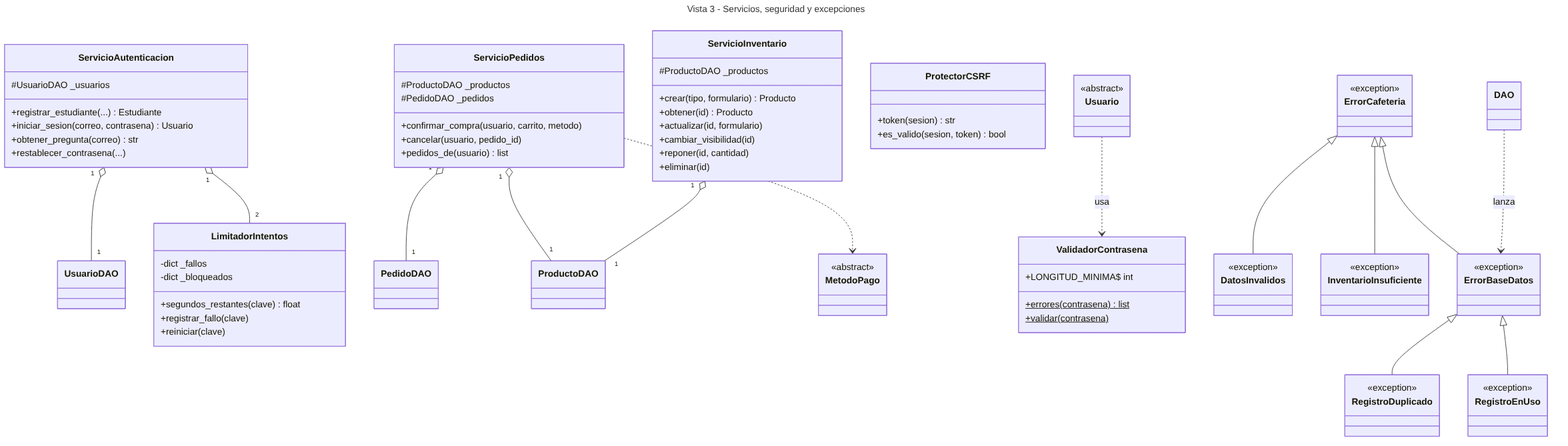
Above: docs/diagrama_clases_3_servicios.png in cristyelizabetth/cafeteria-kiuvo-poo (Mermaid), before the change. Its source is kept beside it as docs/diagrama_clases_3_servicios.mmd. Its diagram source:
```mermaid
---
title: Vista 3 - Servicios, seguridad y excepciones
---
classDiagram
    direction TB
    class ServicioAutenticacion {
        #UsuarioDAO _usuarios
        +registrar_estudiante(...) Estudiante
        +iniciar_sesion(correo, contrasena) Usuario
        +obtener_pregunta(correo) str
        +restablecer_contrasena(...)
    }
    class ServicioPedidos {
        #ProductoDAO _productos
        #PedidoDAO _pedidos
        +confirmar_compra(usuario, carrito, metodo)
        +cancelar(usuario, pedido_id)
        +pedidos_de(usuario) list
    }
    class ServicioInventario {
        #ProductoDAO _productos
        +crear(tipo, formulario) Producto
        +obtener(id) Producto
        +actualizar(id, formulario)
        +cambiar_visibilidad(id)
        +reponer(id, cantidad)
        +eliminar(id)
    }
    ServicioAutenticacion "1" o-- "1" UsuarioDAO
    ServicioAutenticacion "1" o-- "2" LimitadorIntentos
    ServicioPedidos "1" o-- "1" PedidoDAO
    ServicioPedidos "1" o-- "1" ProductoDAO
    ServicioPedidos ..> MetodoPago
    ServicioInventario "1" o-- "1" ProductoDAO

    class ValidadorContrasena {
        +LONGITUD_MINIMA$ int
        +errores(contrasena)$ list
        +validar(contrasena)$
    }
    class LimitadorIntentos {
        -dict _fallos
        -dict _bloqueados
        +segundos_restantes(clave) float
        +registrar_fallo(clave)
        +reiniciar(clave)
    }
    class ProtectorCSRF {
        +token(sesion) str
        +es_valido(sesion, token) bool
    }
    Usuario ..> ValidadorContrasena : usa

    class ErrorCafeteria {
        <<exception>>
    }
    class DatosInvalidos {
        <<exception>>
    }
    class InventarioInsuficiente {
        <<exception>>
    }
    class ErrorBaseDatos {
        <<exception>>
    }
    class RegistroDuplicado {
        <<exception>>
    }
    class RegistroEnUso {
        <<exception>>
    }
    ErrorCafeteria <|-- DatosInvalidos
    ErrorCafeteria <|-- InventarioInsuficiente
    ErrorCafeteria <|-- ErrorBaseDatos
    ErrorBaseDatos <|-- RegistroDuplicado
    ErrorBaseDatos <|-- RegistroEnUso
    DAO ..> ErrorBaseDatos : lanza

    class UsuarioDAO
    class ProductoDAO
    class PedidoDAO
    class MetodoPago {
        <<abstract>>
    }
    class Usuario {
        <<abstract>>
    }
```
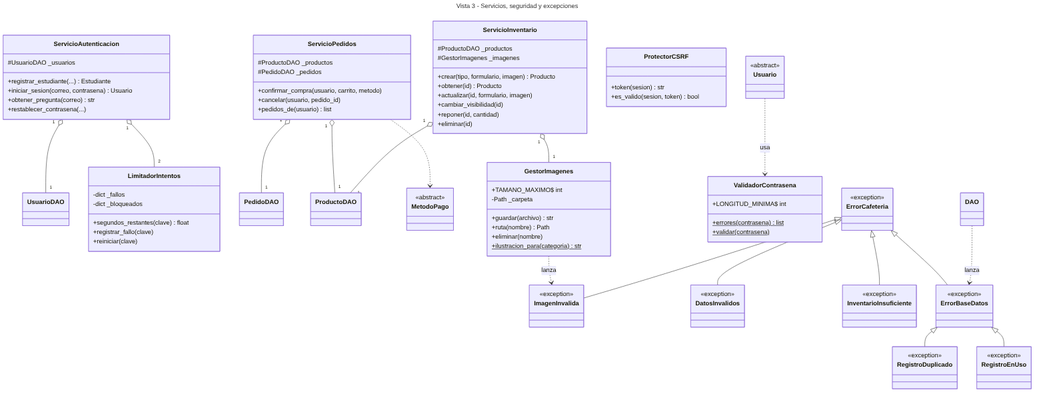
The same file after the commit.

Diff of the diagram source:
```diff
@@ -19,9 +19,10 @@
     }
     class ServicioInventario {
         #ProductoDAO _productos
-        +crear(tipo, formulario) Producto
+        #GestorImagenes _imagenes
+        +crear(tipo, formulario, imagen) Producto
         +obtener(id) Producto
-        +actualizar(id, formulario)
+        +actualizar(id, formulario, imagen)
         +cambiar_visibilidad(id)
         +reponer(id, cantidad)
         +eliminar(id)
@@ -32,6 +33,16 @@
     ServicioPedidos "1" o-- "1" ProductoDAO
     ServicioPedidos ..> MetodoPago
     ServicioInventario "1" o-- "1" ProductoDAO
+    class GestorImagenes {
+        +TAMANO_MAXIMO$ int
+        -Path _carpeta
+        +guardar(archivo) str
+        +ruta(nombre) Path
+        +eliminar(nombre)
+        +ilustracion_para(categoria)$ str
+    }
+    ServicioInventario "1" o-- "1" GestorImagenes
+    GestorImagenes ..> ImagenInvalida : lanza
 
     class ValidadorContrasena {
         +LONGITUD_MINIMA$ int
@@ -60,6 +71,9 @@
     class InventarioInsuficiente {
         <<exception>>
     }
+    class ImagenInvalida {
+        <<exception>>
+    }
     class ErrorBaseDatos {
         <<exception>>
     }
@@ -71,6 +85,7 @@
     }
     ErrorCafeteria <|-- DatosInvalidos
     ErrorCafeteria <|-- InventarioInsuficiente
+    ErrorCafeteria <|-- ImagenInvalida
     ErrorCafeteria <|-- ErrorBaseDatos
     ErrorBaseDatos <|-- RegistroDuplicado
     ErrorBaseDatos <|-- RegistroEnUso
```
